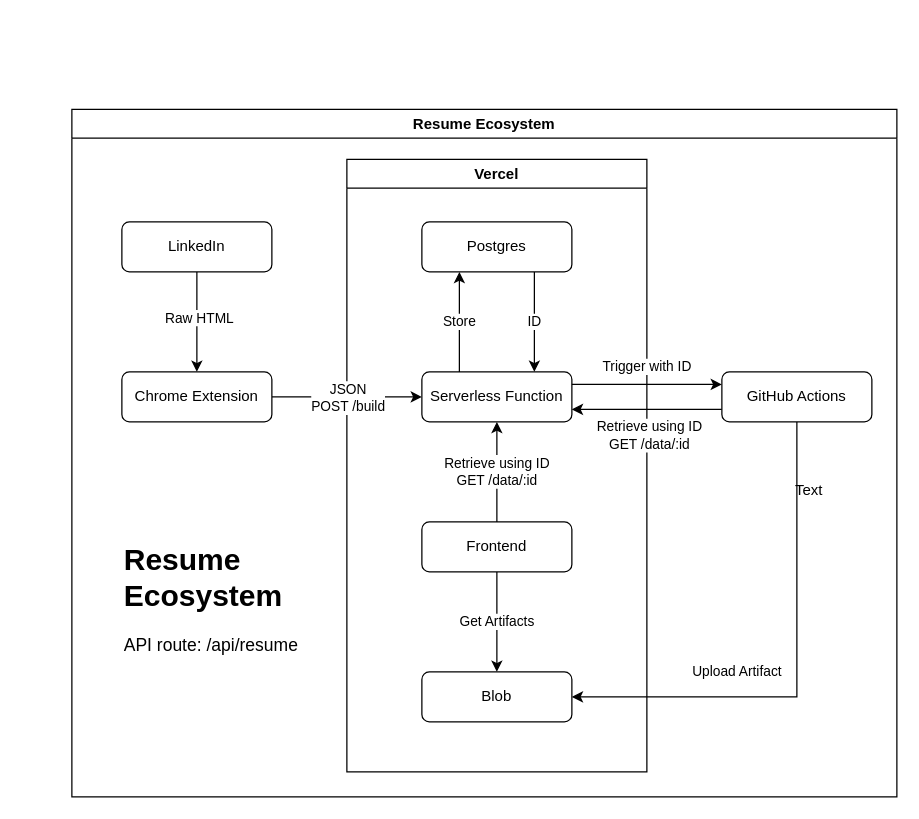
Before: page "Ecosystem" (1 of 2) of assets/diagram.drawio in shunueda/shu.nu, a draw.io diagram. Source tidied: cells renumbered, new cells numbered last; positions are measured from the earlier drawing's top-left corner, leaving out a move shared by most shapes. Both pictures are drawn from the tidied source at 125%, with x=0, y=0 at pixel (71, 109).
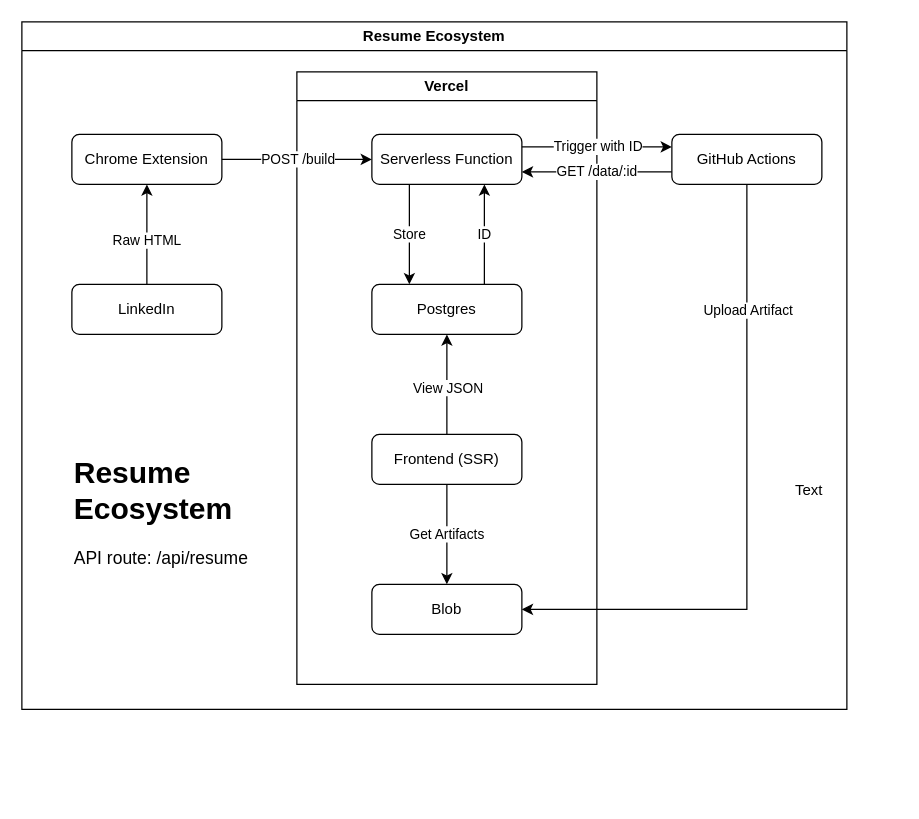
Above is the later version.

The change refers to these unchanged cells:
```xml
<mxCell id="8" value="Vercel" style="swimlane;whiteSpace=wrap;html=1;" parent="2" vertex="1">
  <mxGeometry x="220" y="40" width="240" height="490" as="geometry" />
</mxCell>
<mxCell id="20" style="edgeStyle=orthogonalEdgeStyle;rounded=0;jettySize=auto;html=1;entryX=1;entryY=0.5;entryDx=0;entryDy=0;" parent="2" edge="1" source="22" target="13">
  <mxGeometry relative="1" as="geometry">
    <Array as="points">
      <mxPoint x="580" y="470" />
    </Array>
  </mxGeometry>
</mxCell>
<mxCell id="23" style="edgeStyle=orthogonalEdgeStyle;rounded=0;jettySize=auto;html=1;exitX=1;exitY=0.25;exitDx=0;exitDy=0;entryX=0;entryY=0.25;entryDx=0;entryDy=0;" parent="2" edge="1" source="12" target="22">
  <mxGeometry relative="1" as="geometry" />
</mxCell>
```

Change to the diagram source:
```diff
@@
     <mxCell id="2" value="&lt;font style=&quot;font-size: 12px;&quot;&gt;Resume Ecosystem&lt;/font&gt;" style="swimlane;whiteSpace=wrap;html=1;" parent="1" vertex="1">
-      <mxGeometry width="660" height="550" as="geometry" />
+      <mxGeometry x="-40" y="-70" width="660" height="550" as="geometry" />
     </mxCell>
     <mxCell id="3" value="LinkedIn" style="rounded=1;whiteSpace=wrap;html=1;" parent="2" vertex="1">
-      <mxGeometry x="40" y="90" width="120" height="40" as="geometry" />
+      <mxGeometry x="40" y="210" width="120" height="40" as="geometry" />
     </mxCell>
-    <mxCell id="4" style="endArrow=classic;html=1;rounded=0;exitX=0.5;exitY=1;exitDx=0;exitDy=0;entryX=0.5;entryY=0;entryDx=0;entryDy=0;" parent="2" edge="1" source="3" target="7">
+    <mxCell id="4" style="endArrow=classic;html=1;rounded=0;exitX=0.5;exitY=0;exitDx=0;exitDy=0;entryX=0.5;entryY=1;entryDx=0;entryDy=0;" parent="2" edge="1" source="3" target="7">
       <mxGeometry relative="1" as="geometry" />
     </mxCell>
@@
-    <mxCell id="6" style="edgeStyle=orthogonalEdgeStyle;rounded=0;jettySize=auto;html=1;entryX=0;entryY=0.5;entryDx=0;entryDy=0;" parent="2" edge="1" source="7" target="12">
-      <mxGeometry relative="1" as="geometry" />
-    </mxCell>
     <mxCell id="7" value="Chrome Extension" style="rounded=1;whiteSpace=wrap;html=1;" parent="2" vertex="1">
-      <mxGeometry x="40" y="210" width="120" height="40" as="geometry" />
+      <mxGeometry x="40" y="90" width="120" height="40" as="geometry" />
     </mxCell>
@@
-    <mxCell id="9" value="ID" style="edgeStyle=orthogonalEdgeStyle;rounded=0;jettySize=auto;html=1;exitX=0.75;exitY=1;exitDx=0;exitDy=0;entryX=0.75;entryY=0;entryDx=0;entryDy=0;" parent="8" edge="1" source="10" target="12">
+    <mxCell id="9" value="ID" style="edgeStyle=orthogonalEdgeStyle;rounded=0;jettySize=auto;html=1;exitX=0.75;exitY=0;exitDx=0;exitDy=0;entryX=0.75;entryY=1;entryDx=0;entryDy=0;" parent="8" edge="1" source="10" target="12">
       <mxGeometry relative="1" as="geometry" />
     </mxCell>
     <mxCell id="10" value="Postgres" style="rounded=1;whiteSpace=wrap;html=1;" parent="8" vertex="1">
-      <mxGeometry x="60" y="50" width="120" height="40" as="geometry" />
+      <mxGeometry x="60" y="170" width="120" height="40" as="geometry" />
     </mxCell>
+    <mxCell id="27" style="edgeStyle=orthogonalEdgeStyle;rounded=0;jettySize=auto;html=1;exitX=0.25;exitY=1;exitDx=0;exitDy=0;entryX=0.25;entryY=0;entryDx=0;entryDy=0;" parent="8" edge="1" source="12" target="10">
+      <mxGeometry relative="1" as="geometry" />
+    </mxCell>
-    <mxCell id="11" value="Store" style="edgeStyle=orthogonalEdgeStyle;rounded=0;jettySize=auto;html=1;exitX=0.25;exitY=0;exitDx=0;exitDy=0;entryX=0.25;entryY=1;entryDx=0;entryDy=0;" parent="8" edge="1" source="12" target="10">
-      <mxGeometry relative="1" as="geometry" />
+    <mxCell id="11" value="Store" style="edgeLabel;html=1;align=center;verticalAlign=middle;" parent="27" vertex="1">
+      <mxGeometry x="-0.12" y="-1" relative="1" as="geometry">
+        <mxPoint y="4" as="offset" />
+      </mxGeometry>
     </mxCell>
     <mxCell id="12" value="&lt;span style=&quot;font-size: 12.000001px;&quot;&gt;Serverless Function&lt;/span&gt;" style="rounded=1;whiteSpace=wrap;html=1;" parent="8" vertex="1">
-      <mxGeometry x="60" y="170" width="120" height="40" as="geometry" />
+      <mxGeometry x="60" y="50" width="120" height="40" as="geometry" />
     </mxCell>
@@
-    <mxCell id="14" value="&lt;div&gt;JSON&lt;/div&gt;&lt;div&gt;POST /build&lt;/div&gt;" style="edgeLabel;html=1;align=center;verticalAlign=middle;" parent="8" vertex="1">
-      <mxGeometry y="190" as="geometry" />
-    </mxCell>
-    <mxCell id="15" value="&lt;div style=&quot;border-color: var(--border-color);&quot;&gt;Retrieve using ID&lt;br style=&quot;border-color: var(--border-color);&quot;&gt;&lt;/div&gt;GET /data/:id" style="edgeStyle=orthogonalEdgeStyle;rounded=0;jettySize=auto;html=1;exitX=0.5;exitY=0;exitDx=0;exitDy=0;entryX=0.5;entryY=1;entryDx=0;entryDy=0;" parent="8" edge="1" source="16" target="12">
-      <mxGeometry relative="1" as="geometry" />
-    </mxCell>
+    <mxCell id="28" style="edgeStyle=orthogonalEdgeStyle;rounded=0;jettySize=auto;html=1;entryX=0.5;entryY=1;entryDx=0;entryDy=0;" parent="8" edge="1" source="16" target="10">
+      <mxGeometry relative="1" as="geometry" />
+    </mxCell>
+    <mxCell id="29" value="View JSON" style="edgeLabel;html=1;align=center;verticalAlign=middle;" parent="28" vertex="1">
+      <mxGeometry x="-0.05" relative="1" as="geometry" />
+    </mxCell>
-    <mxCell id="16" value="Frontend" style="rounded=1;whiteSpace=wrap;html=1;" parent="8" vertex="1">
+    <mxCell id="16" value="Frontend (SSR)" style="rounded=1;whiteSpace=wrap;html=1;" parent="8" vertex="1">
       <mxGeometry x="60" y="290" width="120" height="40" as="geometry" />
     </mxCell>
@@
-    <mxCell id="18" style="edgeStyle=orthogonalEdgeStyle;rounded=0;jettySize=auto;html=1;entryX=1;entryY=0.75;entryDx=0;entryDy=0;exitX=0;exitY=0.75;exitDx=0;exitDy=0;" parent="2" edge="1" source="22" target="12">
-      <mxGeometry relative="1" as="geometry">
-        <Array as="points">
-          <mxPoint x="470" y="240" />
-          <mxPoint x="470" y="240" />
-        </Array>
-      </mxGeometry>
-    </mxCell>
-    <mxCell id="19" value="&lt;div&gt;Retrieve using ID&lt;br&gt;&lt;/div&gt;&lt;div&gt;GET /data/:id&lt;/div&gt;" style="edgeLabel;html=1;align=center;verticalAlign=middle;" parent="18" vertex="1">
-      <mxGeometry x="-0.36" y="-1" relative="1" as="geometry">
-        <mxPoint x="-21" y="21" as="offset" />
-      </mxGeometry>
-    </mxCell>
@@
     <mxCell id="21" value="Upload Artifact" style="edgeLabel;html=1;align=center;verticalAlign=middle;" parent="20" vertex="1">
       <mxGeometry x="0.31" y="-2" relative="1" as="geometry">
-        <mxPoint x="-7" y="-19" as="offset" />
+        <mxPoint x="1" y="-238" as="offset" />
       </mxGeometry>
     </mxCell>
+    <mxCell id="18" value="&lt;div style=&quot;border-color: var(--border-color); font-variant-ligatures: normal; orphans: 2; widows: 2; text-decoration-thickness: initial; text-decoration-style: initial; text-decoration-color: initial;&quot;&gt;GET /data/:id&lt;br&gt;&lt;/div&gt;" style="edgeStyle=orthogonalEdgeStyle;rounded=0;jettySize=auto;html=1;exitX=0;exitY=0.75;exitDx=0;exitDy=0;entryX=1;entryY=0.75;entryDx=0;entryDy=0;" parent="2" edge="1" source="22" target="12">
+      <mxGeometry relative="1" as="geometry" />
+    </mxCell>
     <mxCell id="22" value="GitHub Actions" style="rounded=1;whiteSpace=wrap;html=1;" parent="2" vertex="1">
-      <mxGeometry x="520" y="210" width="120" height="40" as="geometry" />
+      <mxGeometry x="520" y="90" width="120" height="40" as="geometry" />
     </mxCell>
+    <mxCell id="25" value="&lt;h1 style=&quot;margin-top: 0px;&quot;&gt;Resume Ecosystem&lt;/h1&gt;&lt;p&gt;&lt;font style=&quot;font-size: 14px;&quot;&gt;API route: /api/resume&lt;/font&gt;&lt;/p&gt;" style="text;html=1;whiteSpace=wrap;overflow=hidden;rounded=0;" parent="2" vertex="1">
+      <mxGeometry x="40" y="340" width="150" height="110" as="geometry" />
+    </mxCell>
@@
     <mxCell id="24" value="Trigger with ID" style="edgeLabel;html=1;align=center;verticalAlign=middle;" parent="23" vertex="1">
-      <mxGeometry x="-0.07" y="4" relative="1" as="geometry">
-        <mxPoint x="3" y="-11" as="offset" />
+      <mxGeometry x="-0.22" relative="1" as="geometry">
+        <mxPoint x="13" y="-1" as="offset" />
       </mxGeometry>
     </mxCell>
-    <mxCell id="25" value="&lt;h1 style=&quot;margin-top: 0px;&quot;&gt;Resume Ecosystem&lt;/h1&gt;&lt;p&gt;&lt;font style=&quot;font-size: 14px;&quot;&gt;API route: /api/resume&lt;/font&gt;&lt;/p&gt;" style="text;html=1;whiteSpace=wrap;overflow=hidden;rounded=0;" parent="2" vertex="1">
-      <mxGeometry x="40" y="340" width="150" height="110" as="geometry" />
-    </mxCell>
+    <mxCell id="6" style="edgeStyle=orthogonalEdgeStyle;rounded=0;jettySize=auto;html=1;exitX=1;exitY=0.5;exitDx=0;exitDy=0;entryX=0;entryY=0.5;entryDx=0;entryDy=0;" parent="2" edge="1" source="7" target="12">
+      <mxGeometry relative="1" as="geometry" />
+    </mxCell>
+    <mxCell id="30" value="POST /build" style="edgeLabel;html=1;align=center;verticalAlign=middle;" parent="6" vertex="1">
+      <mxGeometry x="-0.22" relative="1" as="geometry">
+        <mxPoint x="13" y="-1" as="offset" />
+      </mxGeometry>
+    </mxCell>
```
